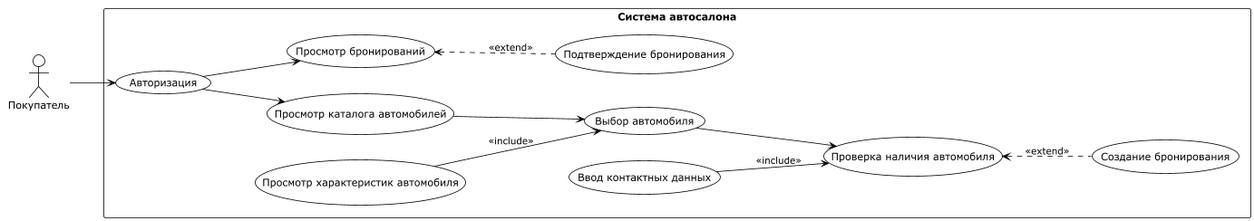
The PlantUML diagram docs/diagrams/usecaseCustomer.png in akiko1111111/car-dealership-system, before a commit. Its diagram source:
```plantuml
@startuml
!theme plain

left to right direction

actor "Покупатель" as Customer

rectangle "Система автосалона" {
  usecase "Авторизация" as UC1
  usecase "Просмотр каталога автомобилей" as UC2
  usecase "Выбор автомобиля" as UC3
  usecase "Просмотр характеристик автомобиля" as UC4
  usecase "Создание бронирования" as UC5
  usecase "Подтверждение бронирования" as UC6
  usecase "Ввод контактных данных" as UC7
  usecase "Проверка наличия автомобиля" as UC8
  usecase "Просмотр бронирований" as UC9
}

Customer --> UC1

UC1 --> UC9
UC1 --> UC2
UC2 --> UC3
UC3 --> UC8


UC4 --> UC3 : <<include>>
UC7 --> UC8 : <<include>>


UC9 <.. UC6 : <<extend>>
UC8 <.. UC5 : <<extend>>

@enduml
```
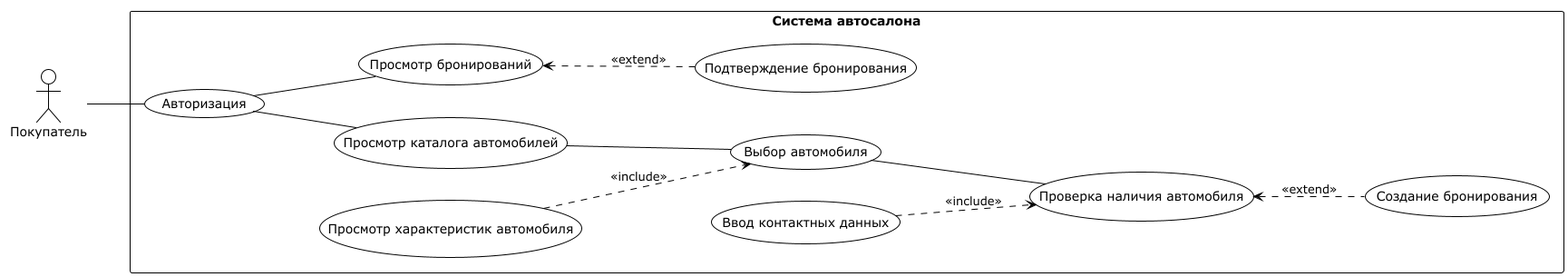
After the change.

The edit, as a diff of the source:
```diff
@@ -17,16 +17,16 @@
   usecase "Просмотр бронирований" as UC9
 }
 
-Customer --> UC1
+Customer -- UC1
 
-UC1 --> UC9
-UC1 --> UC2
-UC2 --> UC3
-UC3 --> UC8
+UC1 -- UC9
+UC1 -- UC2
+UC2 -- UC3
+UC3 -- UC8
 
 
-UC4 --> UC3 : <<include>>
-UC7 --> UC8 : <<include>>
+UC4 ..> UC3 : <<include>>
+UC7 ..> UC8 : <<include>>
 
 
 UC9 <.. UC6 : <<extend>>
```
